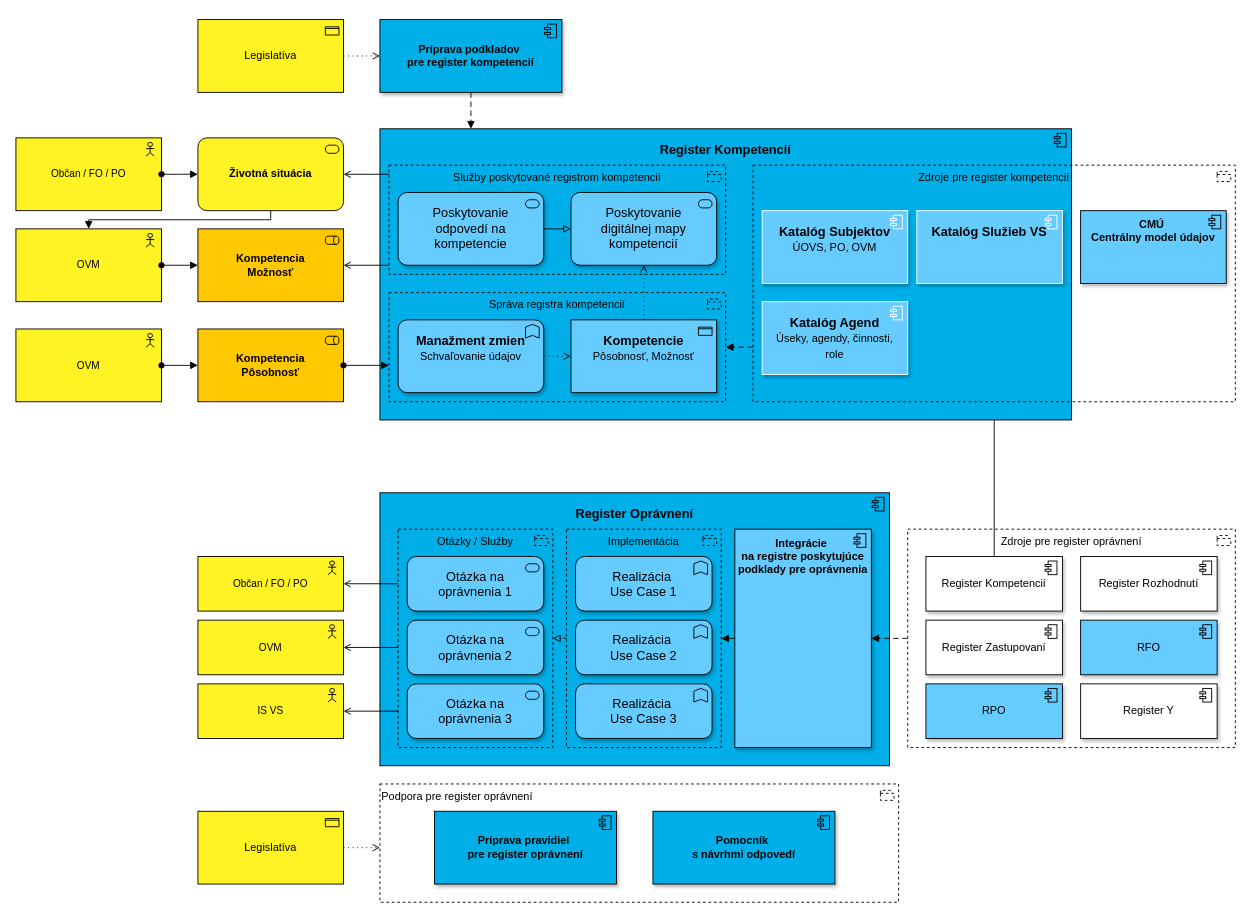
Before: src_doc/img/01-koncept/AA.drawio in vojtob/RPP, a draw.io diagram. Source tidied: cells renumbered, new cells numbered last; positions are measured from the earlier drawing's top-left corner, leaving out a move shared by most shapes. Both pictures are drawn from the tidied source at 91%, with x=0, y=0 at pixel (15, 19). Pictures stored in the file or linked from it are replaced by grey dashed boxes.
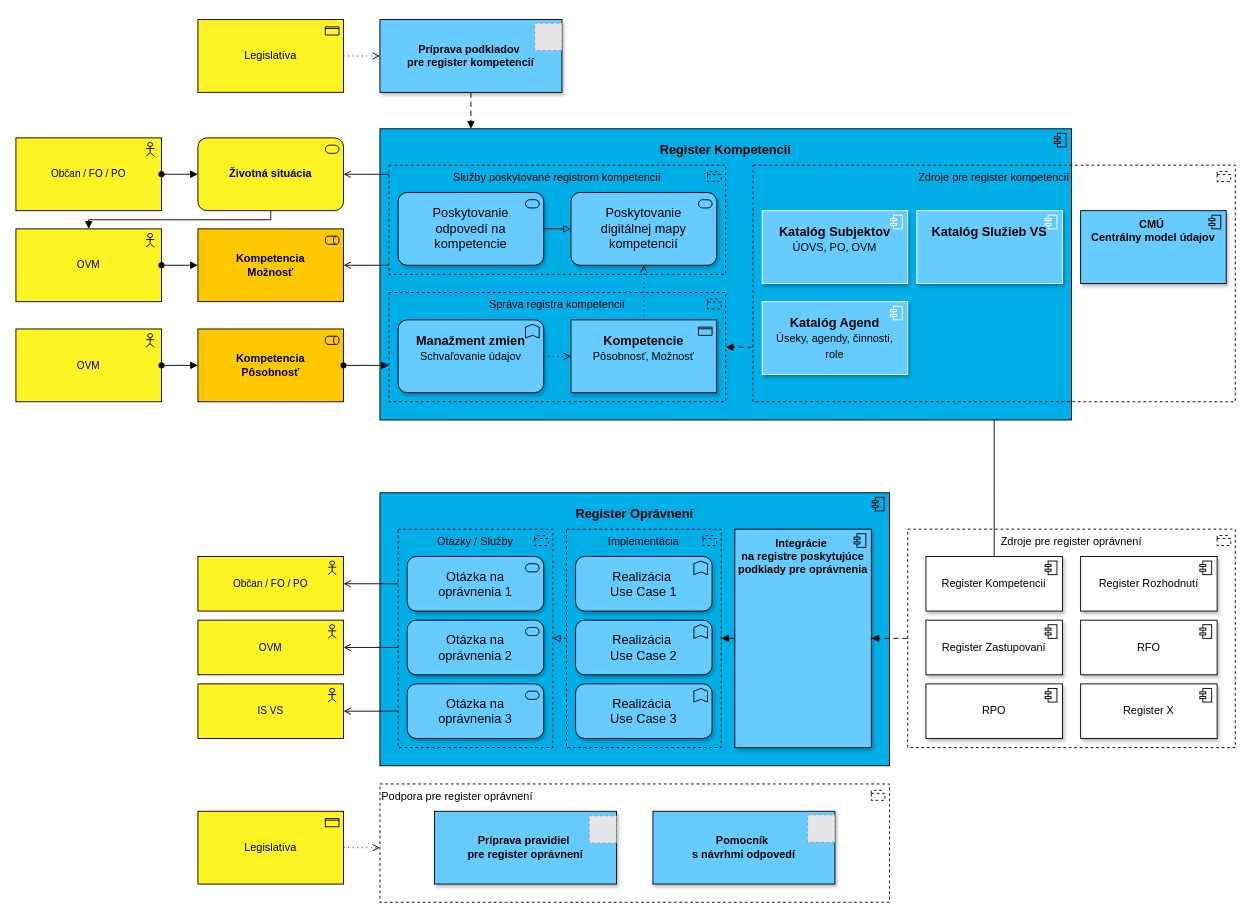
Above is the later version.

Change to the diagram source:
```diff
@@
     <mxCell id="2" value="Podpora pre register oprávnení" style="html=1;outlineConnect=0;whiteSpace=wrap;shape=mxgraph.archimate3.application;appType=grouping;archiType=square;dashed=1;fillColor=none;verticalAlign=top;align=left;" parent="1" vertex="1">
-      <mxGeometry x="400" y="840" width="570" height="130" as="geometry" />
+      <mxGeometry x="400" y="840" width="560" height="130" as="geometry" />
     </mxCell>
@@
-    <mxCell id="44" value="RFO" style="html=1;whiteSpace=wrap;fillColor=#66CCFF;shape=mxgraph.archimate3.application;appType=comp;archiType=square;strokeColor=#000000;spacing=4;verticalAlign=middle;fontSize=12;shadow=1;align=center;fontFamily=Helvetica;" parent="1" vertex="1">
+    <mxCell id="44" value="RFO" style="html=1;whiteSpace=wrap;fillColor=#FFFFFF;shape=mxgraph.archimate3.application;appType=comp;archiType=square;strokeColor=#000000;spacing=4;verticalAlign=middle;fontSize=12;shadow=1;align=center;fontFamily=Helvetica;" parent="1" vertex="1">
       <mxGeometry x="1170" y="660" width="150" height="60" as="geometry" />
     </mxCell>
-    <mxCell id="45" value="RPO" style="html=1;whiteSpace=wrap;fillColor=#66CCFF;shape=mxgraph.archimate3.application;appType=comp;archiType=square;strokeColor=#000000;spacing=4;verticalAlign=middle;fontSize=12;shadow=1;align=center;fontFamily=Helvetica;" parent="1" vertex="1">
+    <mxCell id="45" value="RPO" style="html=1;whiteSpace=wrap;fillColor=#FFFFFF;shape=mxgraph.archimate3.application;appType=comp;archiType=square;strokeColor=#000000;spacing=4;verticalAlign=middle;fontSize=12;shadow=1;align=center;fontFamily=Helvetica;" parent="1" vertex="1">
       <mxGeometry x="1000" y="730" width="150" height="60" as="geometry" />
     </mxCell>
@@
-    <mxCell id="48" value="Register Y" style="html=1;whiteSpace=wrap;fillColor=#FFFFFF;shape=mxgraph.archimate3.application;appType=comp;archiType=square;strokeColor=#000000;spacing=4;verticalAlign=middle;fontSize=12;shadow=1;align=center;fontFamily=Helvetica;" parent="1" vertex="1">
+    <mxCell id="48" value="Register X" style="html=1;whiteSpace=wrap;fillColor=#FFFFFF;shape=mxgraph.archimate3.application;appType=comp;archiType=square;strokeColor=#000000;spacing=4;verticalAlign=middle;fontSize=12;shadow=1;align=center;fontFamily=Helvetica;" parent="1" vertex="1">
       <mxGeometry x="1170" y="730" width="150" height="60" as="geometry" />
     </mxCell>
@@
-    <mxCell id="58" value="&lt;b&gt;Príprava podkladov&amp;nbsp;&lt;/b&gt;&lt;div&gt;&lt;b&gt;pre register kompetencií&lt;/b&gt;&lt;/div&gt;" style="html=1;outlineConnect=0;whiteSpace=wrap;fillColor=#00AEE8;shape=mxgraph.archimate3.application;appType=comp;archiType=square;strokeColor=#000000;verticalAlign=middle;spacing=4;shadow=1;" parent="1" vertex="1">
+    <mxCell id="58" value="&lt;b&gt;Príprava podkladov&amp;nbsp;&lt;/b&gt;&lt;div&gt;&lt;b&gt;pre register kompetencií&lt;/b&gt;&lt;/div&gt;" style="html=1;outlineConnect=0;whiteSpace=wrap;fillColor=#66CCFF;shape=mxgraph.archimate3.application;appType=compXX;archiType=square;strokeColor=#000000;verticalAlign=middle;spacing=4;shadow=1;" parent="1" vertex="1">
       <mxGeometry x="400" width="200" height="80" as="geometry" />
     </mxCell>
@@
-    <mxCell id="62" value="&lt;b&gt;Príprava pravidiel&amp;nbsp;&lt;/b&gt;&lt;div&gt;&lt;b&gt;pre register oprávnení&lt;/b&gt;&lt;/div&gt;" style="html=1;whiteSpace=wrap;fillColor=#00AEE8;shape=mxgraph.archimate3.application;appType=comp;archiType=square;strokeColor=#000000;verticalAlign=middle;spacing=4;shadow=1;" parent="1" vertex="1">
+    <mxCell id="62" value="&lt;b&gt;Príprava pravidiel&amp;nbsp;&lt;/b&gt;&lt;div&gt;&lt;b&gt;pre register oprávnení&lt;/b&gt;&lt;/div&gt;" style="html=1;whiteSpace=wrap;fillColor=#66CCFF;shape=mxgraph.archimate3.application;appType=compX;archiType=square;strokeColor=#000000;verticalAlign=middle;spacing=4;shadow=1;" parent="1" vertex="1">
       <mxGeometry x="460" y="870" width="200" height="80" as="geometry" />
     </mxCell>
@@
-    <mxCell id="65" value="&lt;b&gt;Pomocník&amp;nbsp;&lt;/b&gt;&lt;div&gt;&lt;b&gt;s návrhmi odpovedí&lt;/b&gt;&lt;/div&gt;" style="html=1;whiteSpace=wrap;fillColor=#00AEE8;shape=mxgraph.archimate3.application;appType=comp;archiType=square;strokeColor=#000000;verticalAlign=middle;spacing=4;shadow=1;" parent="1" vertex="1">
+    <mxCell id="65" value="&lt;b&gt;Pomocník&amp;nbsp;&lt;/b&gt;&lt;div&gt;&lt;b&gt;s návrhmi odpovedí&lt;/b&gt;&lt;/div&gt;" style="html=1;whiteSpace=wrap;fillColor=#66CCFF;shape=mxgraph.archimate3.application;appType=compXX;archiType=square;strokeColor=#000000;verticalAlign=middle;spacing=4;shadow=1;" parent="1" vertex="1">
       <mxGeometry x="700" y="870" width="200" height="80" as="geometry" />
     </mxCell>
@@
+    <mxCell id="67" style="fillColor=#E6E6E6;strokeColor=#999999;dashed=1;verticalLabelPosition=bottom;labelBackgroundColor=default;verticalAlign=top;" parent="1" vertex="1">
+      <mxGeometry x="630" y="875" width="30" height="30" as="geometry" />
+    </mxCell>
+    <mxCell id="68" style="fillColor=#E6E6E6;strokeColor=#999999;dashed=1;verticalLabelPosition=bottom;labelBackgroundColor=default;verticalAlign=top;" parent="1" vertex="1">
+      <mxGeometry x="870" y="874" width="30" height="30" as="geometry" />
+    </mxCell>
+    <mxCell id="69" style="fillColor=#E6E6E6;strokeColor=#999999;dashed=1;verticalLabelPosition=bottom;labelBackgroundColor=default;verticalAlign=top;" parent="1" vertex="1">
+      <mxGeometry x="570" y="4" width="30" height="30" as="geometry" />
+    </mxCell>
```
